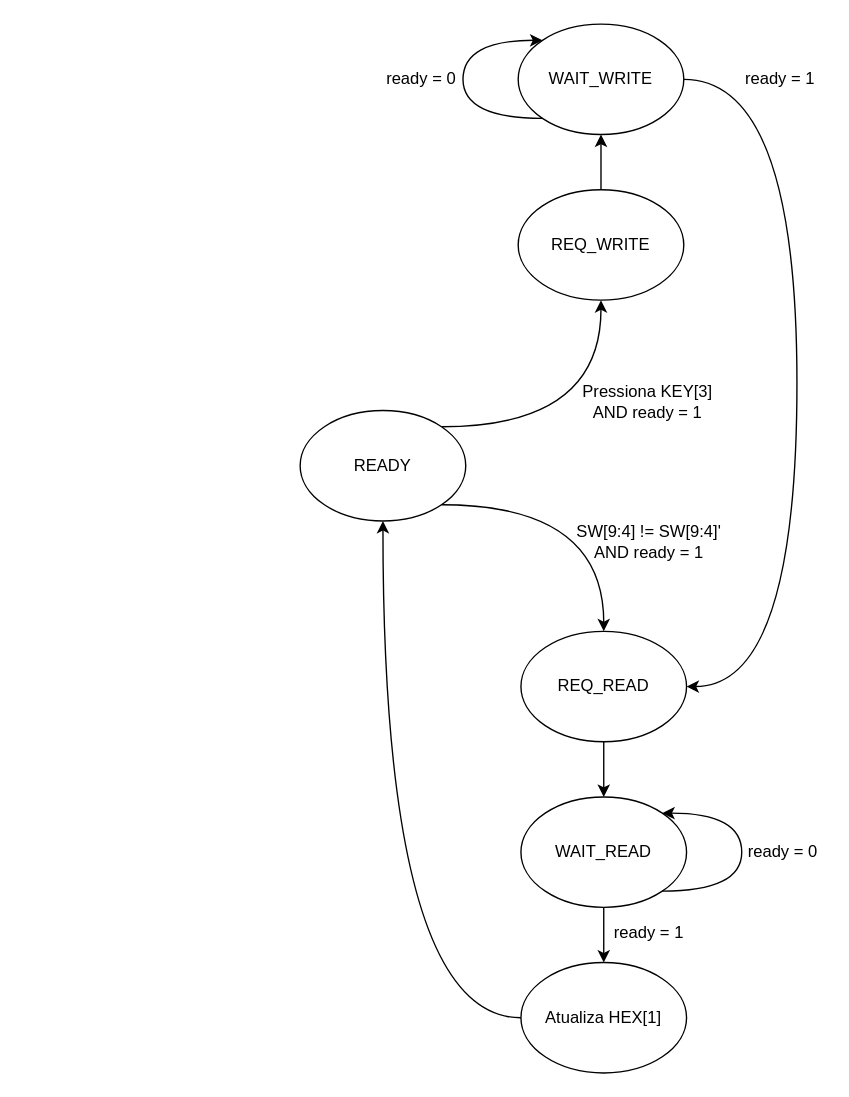
Earlier version of the draw.io diagram P3/diagramas/diagramaEstadosiFace.drawio (caio-unicamp/MC613_Best_Group). Source tidied: cells renumbered, new cells numbered last; positions are measured from the earlier drawing's top-left corner, leaving out a move shared by most shapes. Both pictures are drawn from the tidied source at 138%, with x=0, y=0 at pixel (299, 23).
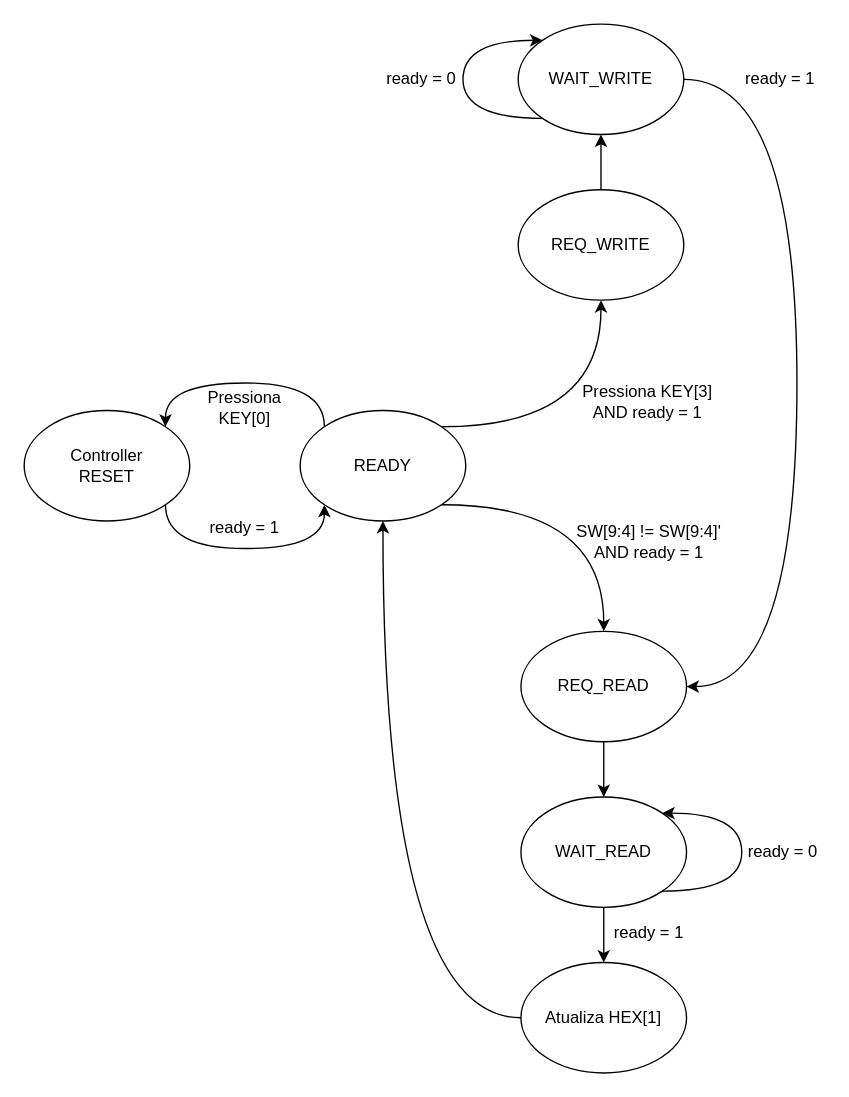
Above is the later version.

The change refers to these unchanged cells:
```xml
<mxCell id="4" value="READY" style="ellipse;whiteSpace=wrap;html=1;" parent="1" vertex="1">
  <mxGeometry y="280" width="120" height="80" as="geometry" />
</mxCell>
```

Change to the diagram source:
```diff
@@
+    <mxCell id="23" style="edgeStyle=orthogonalEdgeStyle;rounded=0;jettySize=auto;html=1;exitX=0;exitY=0;exitDx=0;exitDy=0;entryX=1;entryY=0;entryDx=0;entryDy=0;curved=1;" parent="1" edge="1" source="4" target="26">
+      <mxGeometry relative="1" as="geometry">
+        <Array as="points">
+          <mxPoint x="18" y="260" />
+          <mxPoint x="-98" y="260" />
+        </Array>
+      </mxGeometry>
+    </mxCell>
@@
+    <mxCell id="24" value="Pressiona KEY[0]" style="text;html=1;whiteSpace=wrap;strokeColor=none;fillColor=none;align=center;verticalAlign=middle;rounded=0;" parent="1" vertex="1">
+      <mxGeometry x="-70" y="263" width="60" height="30" as="geometry" />
+    </mxCell>
+    <mxCell id="25" style="edgeStyle=orthogonalEdgeStyle;rounded=0;jettySize=auto;html=1;exitX=1;exitY=1;exitDx=0;exitDy=0;entryX=0;entryY=1;entryDx=0;entryDy=0;curved=1;" parent="1" edge="1" source="26" target="4">
+      <mxGeometry relative="1" as="geometry">
+        <Array as="points">
+          <mxPoint x="-98" y="380" />
+          <mxPoint x="18" y="380" />
+        </Array>
+      </mxGeometry>
+    </mxCell>
+    <mxCell id="26" value="Controller&lt;div&gt;RESET&lt;/div&gt;" style="ellipse;whiteSpace=wrap;html=1;" parent="1" vertex="1">
+      <mxGeometry x="-200" y="280" width="120" height="80" as="geometry" />
+    </mxCell>
+    <mxCell id="27" value="ready = 1" style="text;html=1;whiteSpace=wrap;strokeColor=none;fillColor=none;align=center;verticalAlign=middle;rounded=0;" parent="1" vertex="1">
+      <mxGeometry x="-70" y="350" width="60" height="30" as="geometry" />
+    </mxCell>
```
